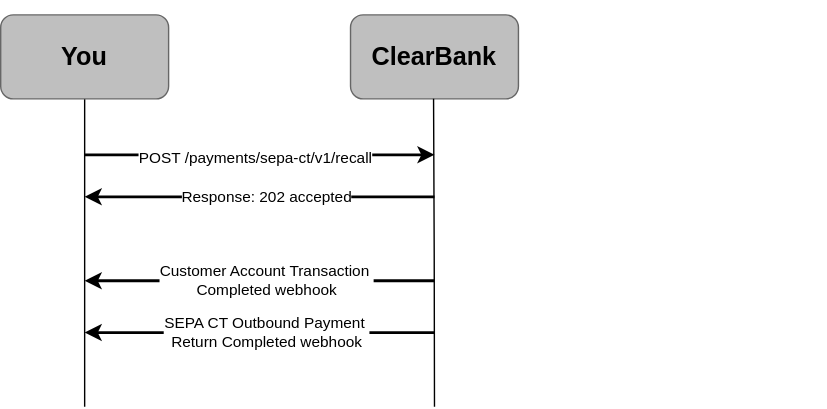
The draw.io diagram static/assets/images/sepa-ct-recall-request.svg in clearbank/clearbank.github.io, before a commit. Source tidied: cells renumbered, new cells last; positions are measured from the earlier drawing's top-left corner, leaving out a move shared by most shapes.
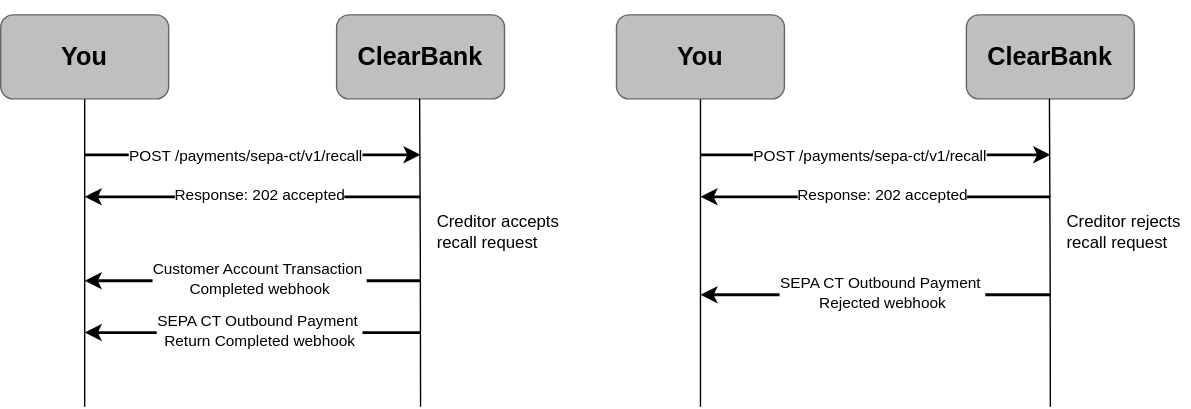
After the change.

Commit message:
add SCT recall rejected scenario to existing SCT recall diagram

The edit, as a diff of the source:
```diff
@@ -3,11 +3,11 @@
     <mxCell id="0" />
     <mxCell id="1" parent="0" />
     <mxCell id="2" value="ClearBank" style="rounded=1;whiteSpace=wrap;html=1;strokeColor=#666666;fillColor=#BFBFBF;gradientColor=none;fontFamily=Arial;fontStyle=1;fontSize=18;" parent="1" vertex="1">
-      <mxGeometry x="250" y="10" width="120" height="60" as="geometry" />
+      <mxGeometry x="240" y="10" width="120" height="60" as="geometry" />
     </mxCell>
     <mxCell id="3" style="endArrow=classic;html=1;rounded=0;strokeWidth=2;fontFamily=Arial;" parent="1" edge="1">
       <mxGeometry relative="1" as="geometry">
-        <mxPoint x="310" y="200" as="sourcePoint" />
+        <mxPoint x="300" y="200" as="sourcePoint" />
         <mxPoint x="60" y="200" as="targetPoint" />
       </mxGeometry>
     </mxCell>
@@ -18,8 +18,8 @@
     </mxCell>
     <mxCell id="5" style="edgeStyle=orthogonalEdgeStyle;rounded=0;orthogonalLoop=1;jettySize=auto;html=1;endArrow=none;endFill=0;fontFamily=Arial;" parent="1" edge="1">
       <mxGeometry relative="1" as="geometry">
-        <mxPoint x="309.3" y="70" as="sourcePoint" />
-        <mxPoint x="310" y="290" as="targetPoint" />
+        <mxPoint x="299.3" y="70" as="sourcePoint" />
+        <mxPoint x="300" y="290" as="targetPoint" />
       </mxGeometry>
     </mxCell>
     <mxCell id="6" style="edgeStyle=orthogonalEdgeStyle;rounded=0;jettySize=auto;html=1;endArrow=none;endFill=0;fontFamily=Arial;" parent="1" edge="1" source="7">
@@ -30,16 +30,13 @@
     <mxCell id="7" value="You" style="rounded=1;whiteSpace=wrap;html=1;strokeColor=#666666;fillColor=#BFBFBF;gradientColor=none;fontFamily=Arial;fontStyle=1;fontSize=18;" parent="1" vertex="1">
       <mxGeometry y="10" width="120" height="60" as="geometry" />
     </mxCell>
-    <mxCell id="8" style="rounded=1;whiteSpace=wrap;html=1;fillColor=none;strokeColor=none;" parent="1" vertex="1">
-      <mxGeometry x="370" y="150" width="220" height="60" as="geometry" />
-    </mxCell>
     <mxCell id="9" style="rounded=0;whiteSpace=wrap;html=1;strokeColor=none;fillColor=none;fontFamily=Arial;" parent="1" vertex="1">
       <mxGeometry x="100" width="120" height="10" as="geometry" />
     </mxCell>
     <mxCell id="10" style="endArrow=classic;html=1;rounded=0;strokeWidth=2;fontFamily=Arial;" parent="1" edge="1">
       <mxGeometry relative="1" as="geometry">
         <mxPoint x="60" y="110" as="sourcePoint" />
-        <mxPoint x="310" y="110" as="targetPoint" />
+        <mxPoint x="300" y="110" as="targetPoint" />
       </mxGeometry>
     </mxCell>
     <mxCell id="11" value="&lt;div&gt;POST /payments/sepa-ct/v1/recall&lt;/div&gt;" style="edgeLabel;html=1;align=center;verticalAlign=middle;fontFamily=Arial;" parent="10" vertex="1">
@@ -49,7 +46,7 @@
     </mxCell>
     <mxCell id="12" style="endArrow=classic;html=1;rounded=0;strokeWidth=2;fontFamily=Arial;" parent="1" edge="1">
       <mxGeometry relative="1" as="geometry">
-        <mxPoint x="310" y="140" as="sourcePoint" />
+        <mxPoint x="300" y="140" as="sourcePoint" />
         <mxPoint x="60" y="140" as="targetPoint" />
       </mxGeometry>
     </mxCell>
@@ -60,7 +57,7 @@
     </mxCell>
     <mxCell id="14" style="endArrow=classic;html=1;rounded=0;strokeWidth=2;fontFamily=Arial;" parent="1" edge="1">
       <mxGeometry relative="1" as="geometry">
-        <mxPoint x="310" y="237" as="sourcePoint" />
+        <mxPoint x="300" y="237" as="sourcePoint" />
         <mxPoint x="60" y="237" as="targetPoint" />
       </mxGeometry>
     </mxCell>
@@ -69,5 +66,64 @@
         <mxPoint x="15" as="offset" />
       </mxGeometry>
     </mxCell>
+    <mxCell id="16" value="ClearBank" style="rounded=1;whiteSpace=wrap;html=1;strokeColor=#666666;fillColor=#BFBFBF;gradientColor=none;fontFamily=Arial;fontStyle=1;fontSize=18;" parent="1" vertex="1">
+      <mxGeometry x="690" y="10" width="120" height="60" as="geometry" />
+    </mxCell>
+    <mxCell id="17" style="edgeStyle=orthogonalEdgeStyle;rounded=0;orthogonalLoop=1;jettySize=auto;html=1;endArrow=none;endFill=0;fontFamily=Arial;" parent="1" edge="1">
+      <mxGeometry relative="1" as="geometry">
+        <mxPoint x="749.3" y="70" as="sourcePoint" />
+        <mxPoint x="750" y="290" as="targetPoint" />
+      </mxGeometry>
+    </mxCell>
+    <mxCell id="18" style="edgeStyle=orthogonalEdgeStyle;rounded=0;jettySize=auto;html=1;endArrow=none;endFill=0;fontFamily=Arial;" parent="1" edge="1" source="19">
+      <mxGeometry relative="1" as="geometry">
+        <mxPoint x="500" y="290" as="targetPoint" />
+      </mxGeometry>
+    </mxCell>
+    <mxCell id="19" value="You" style="rounded=1;whiteSpace=wrap;html=1;strokeColor=#666666;fillColor=#BFBFBF;gradientColor=none;fontFamily=Arial;fontStyle=1;fontSize=18;" parent="1" vertex="1">
+      <mxGeometry x="440" y="10" width="120" height="60" as="geometry" />
+    </mxCell>
+    <mxCell id="20" style="rounded=0;whiteSpace=wrap;html=1;strokeColor=none;fillColor=none;fontFamily=Arial;" parent="1" vertex="1">
+      <mxGeometry x="540" width="120" height="10" as="geometry" />
+    </mxCell>
+    <mxCell id="21" style="endArrow=classic;html=1;rounded=0;strokeWidth=2;fontFamily=Arial;" parent="1" edge="1">
+      <mxGeometry relative="1" as="geometry">
+        <mxPoint x="500" y="110" as="sourcePoint" />
+        <mxPoint x="750" y="110" as="targetPoint" />
+      </mxGeometry>
+    </mxCell>
+    <mxCell id="22" value="&lt;div&gt;POST /payments/sepa-ct/v1/recall&lt;/div&gt;" style="edgeLabel;html=1;align=center;verticalAlign=middle;fontFamily=Arial;" parent="21" vertex="1">
+      <mxGeometry x="0.09" y="-1" relative="1" as="geometry">
+        <mxPoint x="-15" as="offset" />
+      </mxGeometry>
+    </mxCell>
+    <mxCell id="23" style="endArrow=classic;html=1;rounded=0;strokeWidth=2;fontFamily=Arial;" parent="1" edge="1">
+      <mxGeometry relative="1" as="geometry">
+        <mxPoint x="750" y="140" as="sourcePoint" />
+        <mxPoint x="500" y="140" as="targetPoint" />
+      </mxGeometry>
+    </mxCell>
+    <mxCell id="24" value="&lt;div&gt;Response: 202 accepted&lt;/div&gt;" style="edgeLabel;html=1;align=center;verticalAlign=middle;fontFamily=Arial;" parent="23" vertex="1">
+      <mxGeometry x="0.09" y="-1" relative="1" as="geometry">
+        <mxPoint x="15" as="offset" />
+      </mxGeometry>
+    </mxCell>
+    <mxCell id="25" style="endArrow=classic;html=1;rounded=0;strokeWidth=2;fontFamily=Arial;" parent="1" edge="1">
+      <mxGeometry relative="1" as="geometry">
+        <mxPoint x="750" y="210" as="sourcePoint" />
+        <mxPoint x="500" y="210" as="targetPoint" />
+      </mxGeometry>
+    </mxCell>
+    <mxCell id="26" value="SEPA CT Outbound Payment&amp;nbsp;&lt;div&gt;Rejected webhook&lt;br&gt;&lt;/div&gt;" style="edgeLabel;html=1;align=center;verticalAlign=middle;fontFamily=Arial;" parent="25" vertex="1">
+      <mxGeometry x="0.09" y="-1" relative="1" as="geometry">
+        <mxPoint x="15" as="offset" />
+      </mxGeometry>
+    </mxCell>
+    <mxCell id="27" value="Creditor rejects recall request" style="text;html=1;align=left;verticalAlign=middle;whiteSpace=wrap;rounded=0;" parent="1" vertex="1">
+      <mxGeometry x="760" y="150" width="90" height="30" as="geometry" />
+    </mxCell>
+    <mxCell id="28" value="Creditor accepts recall request" style="text;html=1;align=left;verticalAlign=middle;whiteSpace=wrap;rounded=0;" parent="1" vertex="1">
+      <mxGeometry x="310" y="150" width="90" height="30" as="geometry" />
+    </mxCell>
   </root>
 </mxGraphModel>
```
